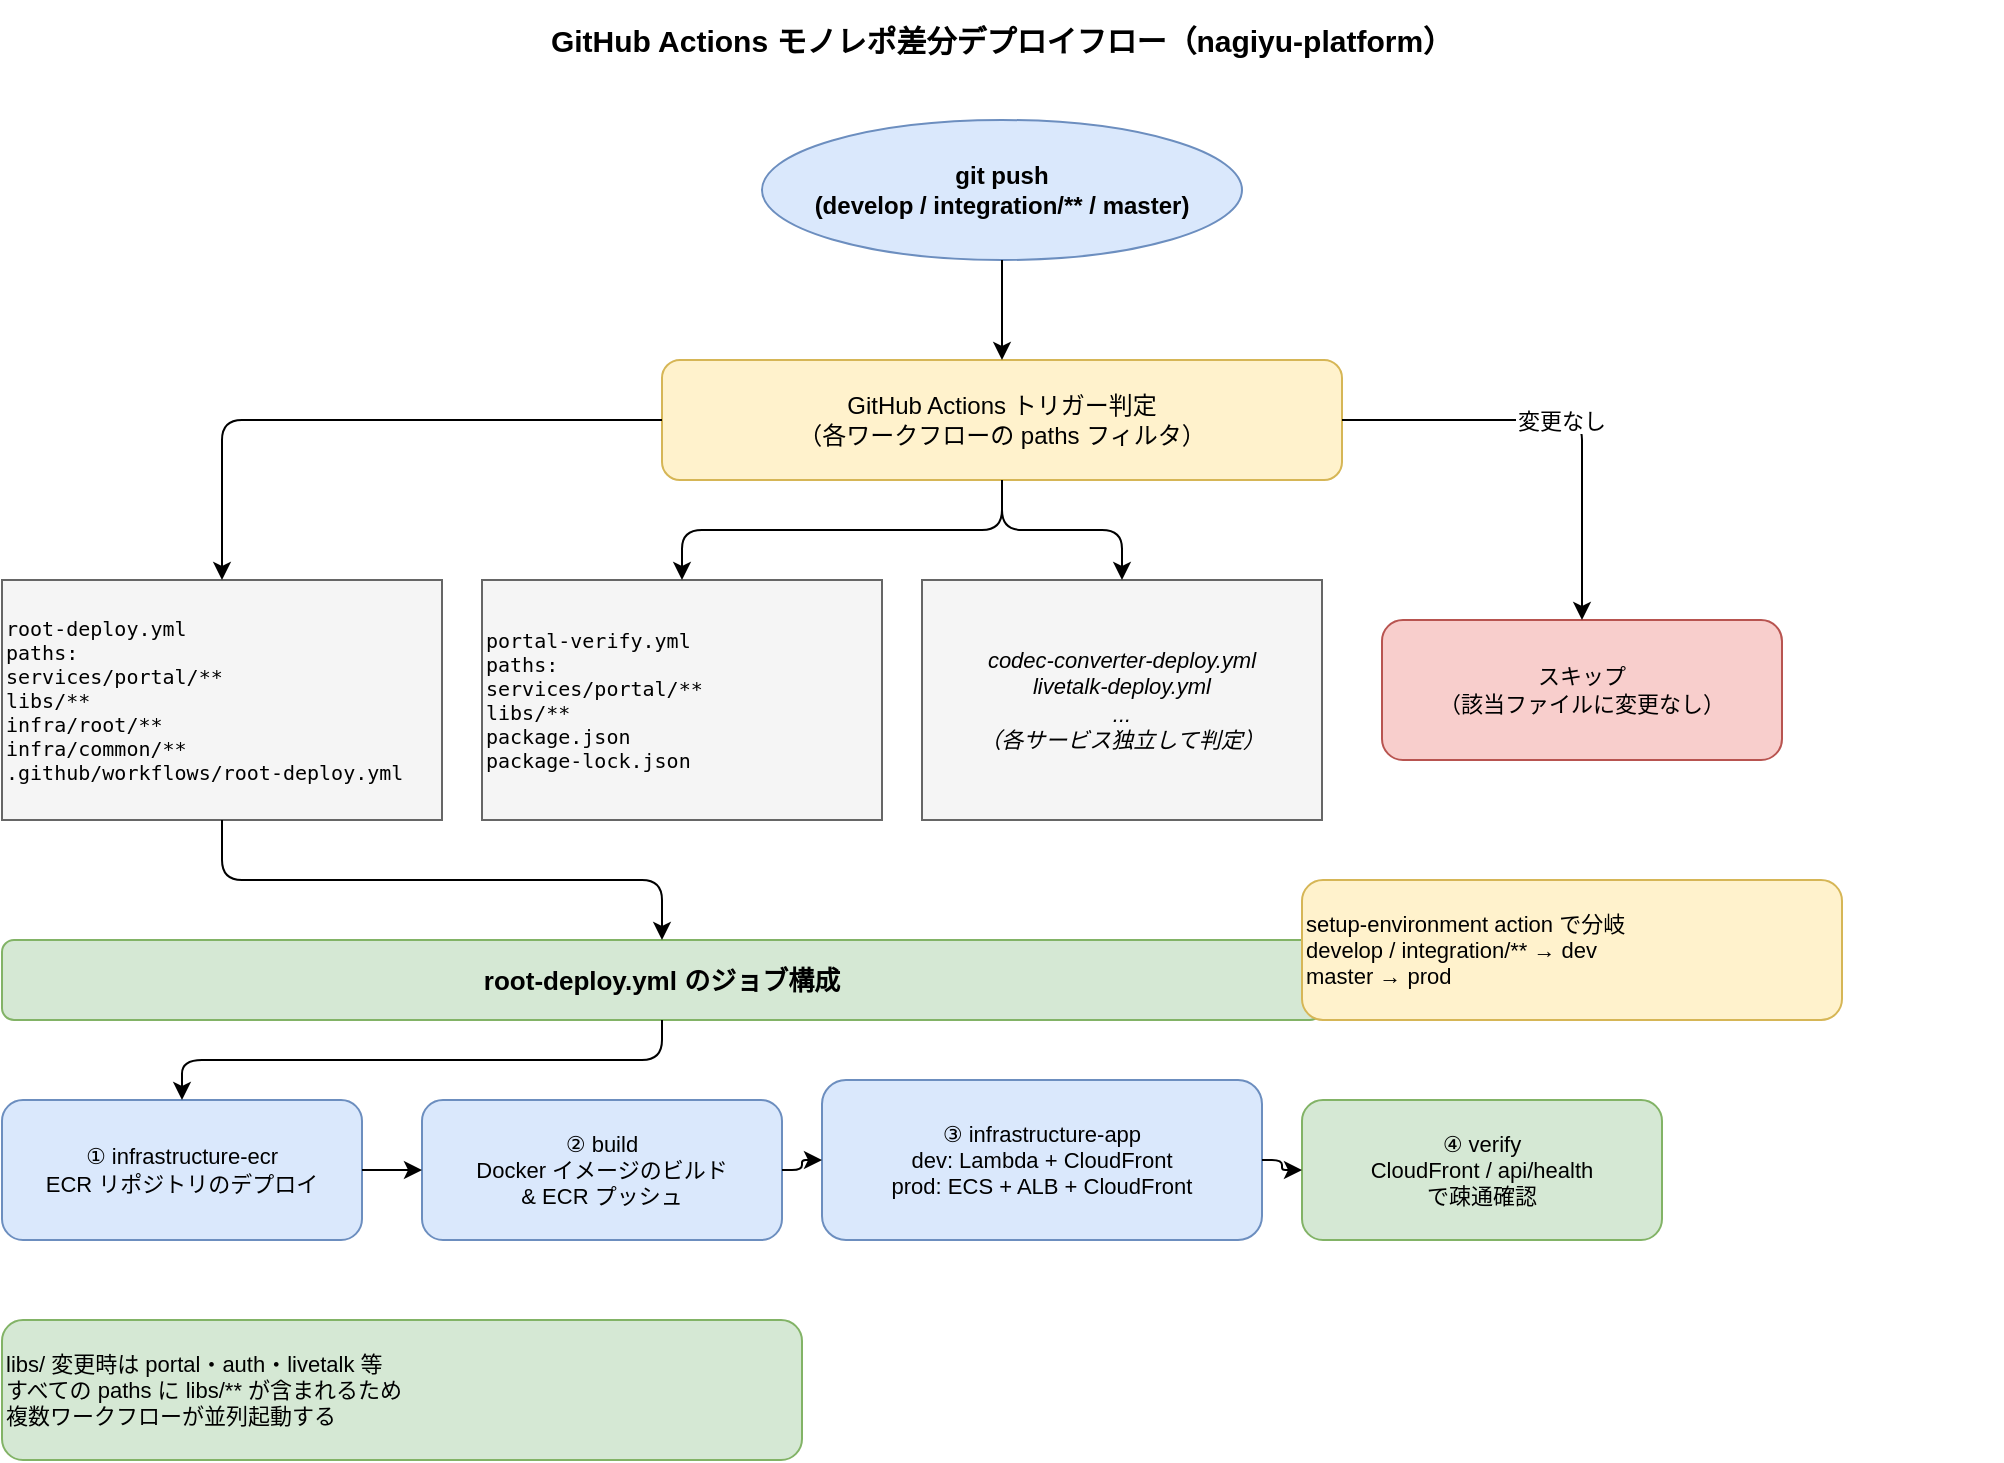
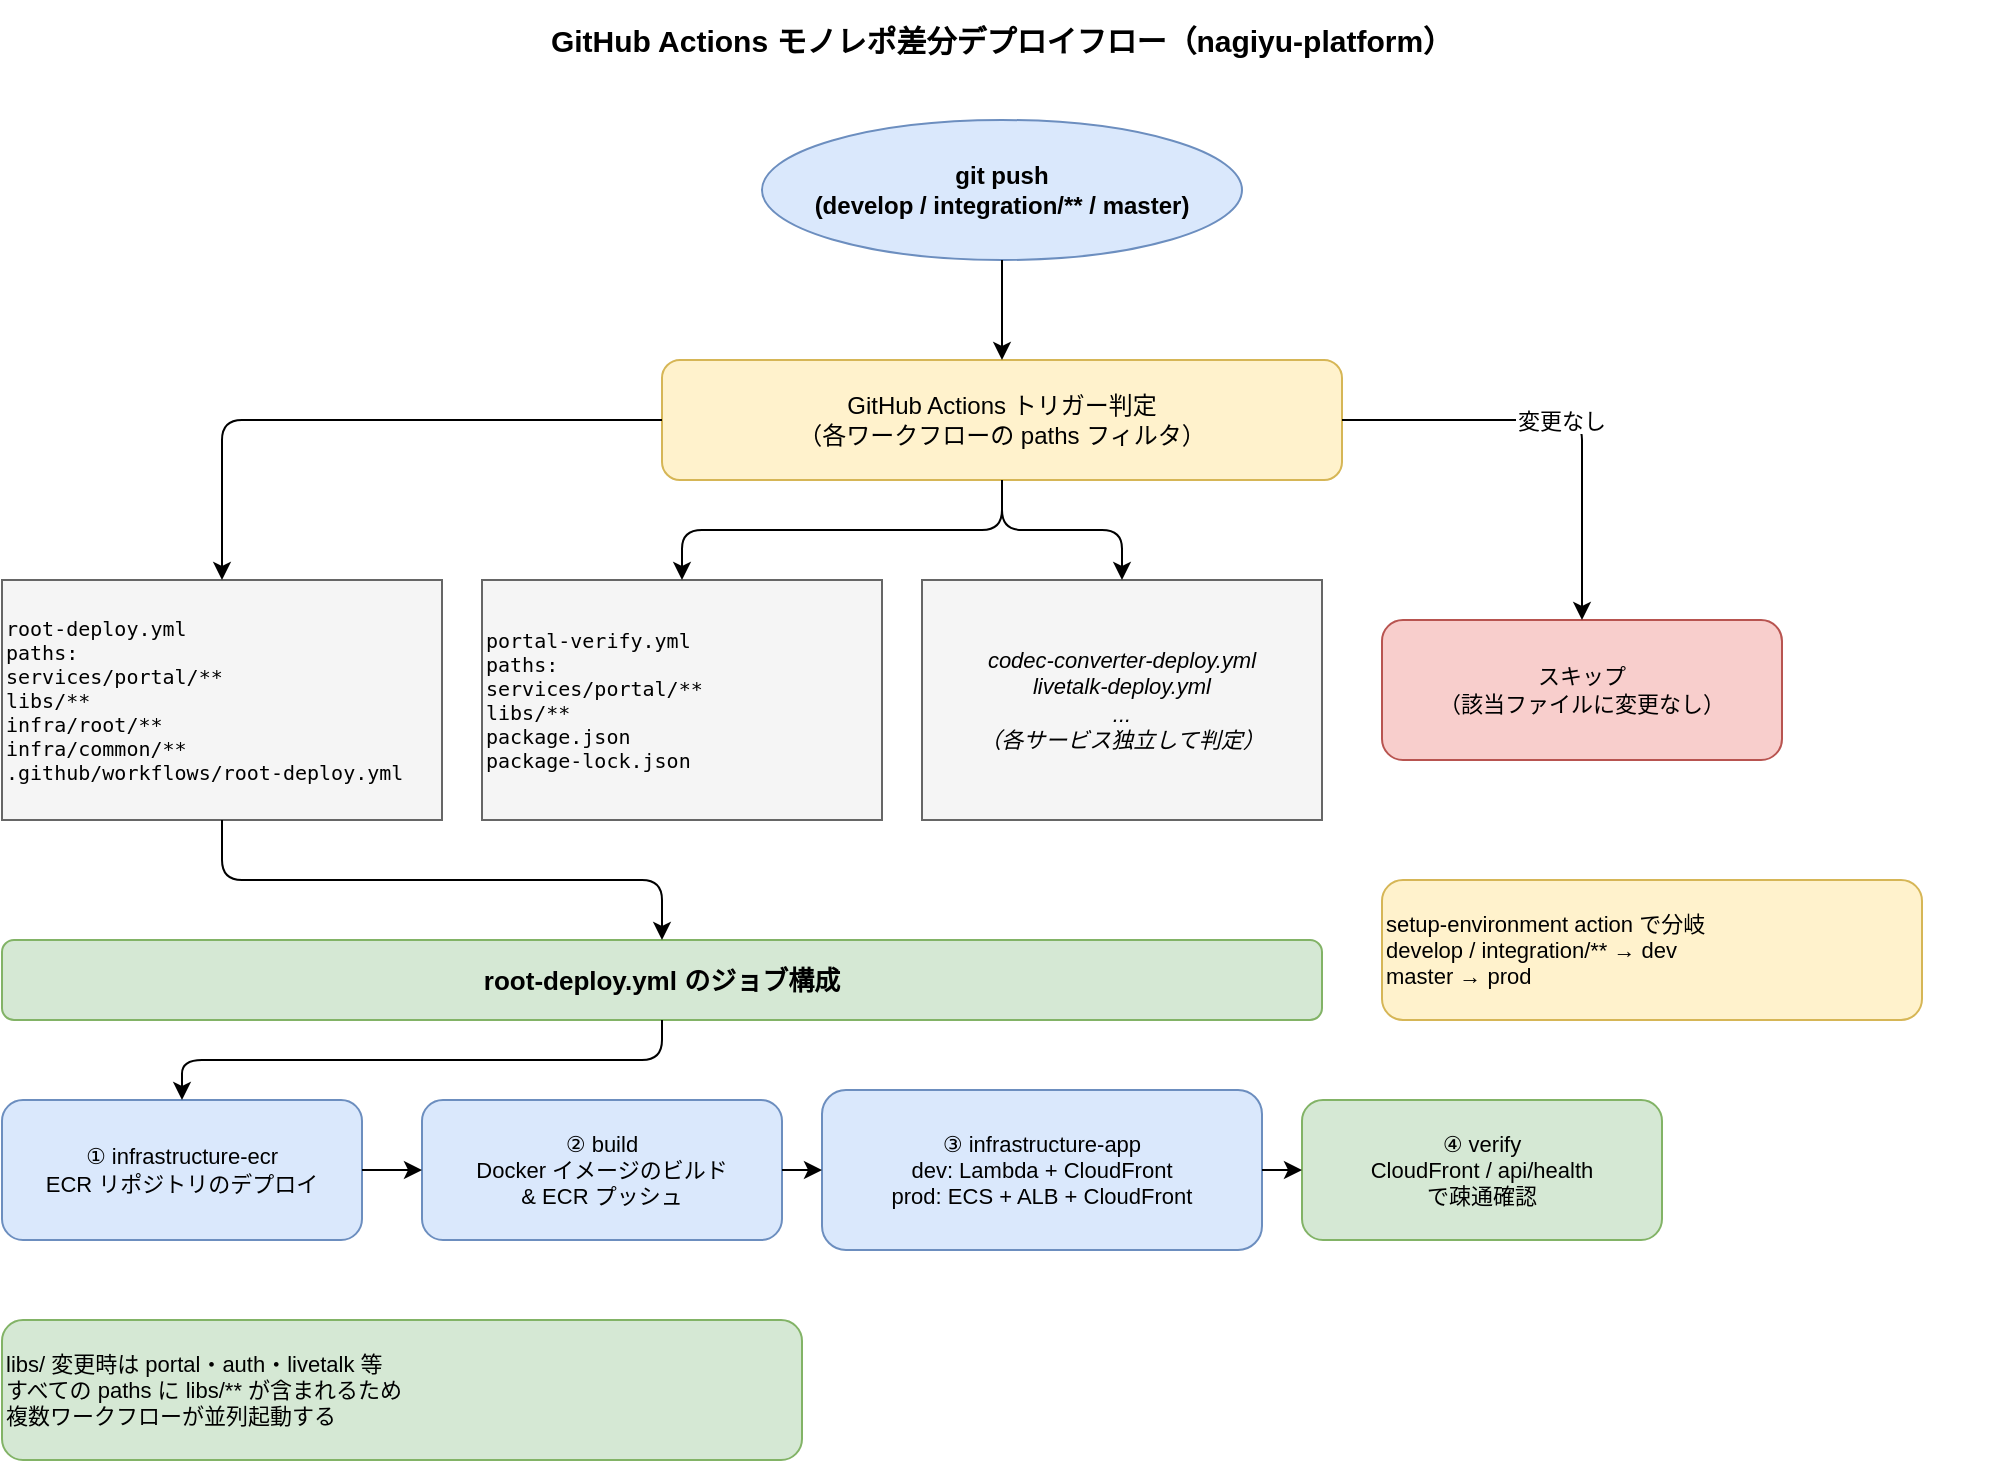
- <mxfile host="app.diagrams.net">
+ <mxfile host="65bd71144e">
    <diagram name="モノレポ差分デプロイフロー" id="monorepo-deploy-flow">
-         <mxGraphModel dx="1422" dy="762" grid="1" gridSize="10" guides="1" tooltips="1" connect="1" arrows="1" fold="1" page="1" pageScale="1" pageWidth="1100" pageHeight="900" background="#ffffff" math="0" shadow="0">
+         <mxGraphModel dx="1276" dy="916" grid="1" gridSize="10" guides="1" tooltips="1" connect="1" arrows="1" fold="1" page="1" pageScale="1" pageWidth="1100" pageHeight="900" background="#ffffff" math="0" shadow="0">
            <root>
                <mxCell id="0"/>
                <mxCell id="1" parent="0"/>
                <mxCell id="title" value="GitHub Actions モノレポ差分デプロイフロー（nagiyu-platform）" style="text;html=1;strokeColor=none;fillColor=none;align=center;verticalAlign=middle;whiteSpace=wrap;rounded=0;fontSize=15;fontStyle=1;" parent="1" vertex="1">
                    <mxGeometry x="50" y="20" width="1000" height="40" as="geometry"/>
                </mxCell>
                <mxCell id="push-node" value="git push&#xa;(develop / integration/** / master)" style="ellipse;whiteSpace=wrap;html=1;fillColor=#dae8fc;strokeColor=#6c8ebf;fontSize=12;fontStyle=1;" parent="1" vertex="1">
                    <mxGeometry x="430" y="80" width="240" height="70" as="geometry"/>
                </mxCell>
                <mxCell id="trigger" value="GitHub Actions トリガー判定&#xa;（各ワークフローの paths フィルタ）" style="rounded=1;whiteSpace=wrap;html=1;fillColor=#fff2cc;strokeColor=#d6b656;fontSize=12;" parent="1" vertex="1">
                    <mxGeometry x="380" y="200" width="340" height="60" as="geometry"/>
                </mxCell>
                <mxCell id="e1" style="edgeStyle=orthogonalEdgeStyle;" parent="1" source="push-node" target="trigger" edge="1">
                    <mxGeometry relative="1" as="geometry"/>
                </mxCell>
                <mxCell id="root-paths" value="root-deploy.yml&#xa;paths:&#xa;  services/portal/**&#xa;  libs/**&#xa;  infra/root/**&#xa;  infra/common/**&#xa;  .github/workflows/root-deploy.yml" style="rounded=0;whiteSpace=wrap;html=1;fillColor=#f5f5f5;strokeColor=#666666;fontFamily=monospace;fontSize=10;align=left;" parent="1" vertex="1">
                    <mxGeometry x="50" y="310" width="220" height="120" as="geometry"/>
                </mxCell>
                <mxCell id="portal-verify-paths" value="portal-verify.yml&#xa;paths:&#xa;  services/portal/**&#xa;  libs/**&#xa;  package.json&#xa;  package-lock.json" style="rounded=0;whiteSpace=wrap;html=1;fillColor=#f5f5f5;strokeColor=#666666;fontFamily=monospace;fontSize=10;align=left;" parent="1" vertex="1">
                    <mxGeometry x="290" y="310" width="200" height="120" as="geometry"/>
                </mxCell>
                <mxCell id="other-deploy" value="codec-converter-deploy.yml&#xa;livetalk-deploy.yml&#xa;...&#xa;（各サービス独立して判定）" style="rounded=0;whiteSpace=wrap;html=1;fillColor=#f5f5f5;strokeColor=#666666;fontSize=11;fontStyle=2;" parent="1" vertex="1">
                    <mxGeometry x="510" y="310" width="200" height="120" as="geometry"/>
                </mxCell>
                <mxCell id="skip" value="スキップ&#xa;（該当ファイルに変更なし）" style="rounded=1;whiteSpace=wrap;html=1;fillColor=#f8cecc;strokeColor=#b85450;fontSize=11;" parent="1" vertex="1">
                    <mxGeometry x="740" y="330" width="200" height="70" as="geometry"/>
                </mxCell>
                <mxCell id="e2" style="edgeStyle=orthogonalEdgeStyle;" parent="1" source="trigger" target="root-paths" edge="1">
                    <mxGeometry relative="1" as="geometry"/>
                </mxCell>
                <mxCell id="e3" style="edgeStyle=orthogonalEdgeStyle;" parent="1" source="trigger" target="portal-verify-paths" edge="1">
                    <mxGeometry relative="1" as="geometry"/>
                </mxCell>
                <mxCell id="e4" style="edgeStyle=orthogonalEdgeStyle;" parent="1" source="trigger" target="other-deploy" edge="1">
                    <mxGeometry relative="1" as="geometry"/>
                </mxCell>
                <mxCell id="e5" value="変更なし" style="edgeStyle=orthogonalEdgeStyle;" parent="1" source="trigger" target="skip" edge="1">
                    <mxGeometry relative="1" as="geometry"/>
                </mxCell>
                <mxCell id="root-jobs" value="root-deploy.yml のジョブ構成" style="rounded=1;whiteSpace=wrap;html=1;fillColor=#d5e8d4;strokeColor=#82b366;fontSize=13;fontStyle=1;" parent="1" vertex="1">
                    <mxGeometry x="50" y="490" width="660" height="40" as="geometry"/>
                </mxCell>
                <mxCell id="job1" value="① infrastructure-ecr&#xa;ECR リポジトリのデプロイ" style="rounded=1;whiteSpace=wrap;html=1;fillColor=#dae8fc;strokeColor=#6c8ebf;fontSize=11;" parent="1" vertex="1">
                    <mxGeometry x="50" y="570" width="180" height="70" as="geometry"/>
                </mxCell>
                <mxCell id="job2" value="② build&#xa;Docker イメージのビルド&#xa;&amp; ECR プッシュ" style="rounded=1;whiteSpace=wrap;html=1;fillColor=#dae8fc;strokeColor=#6c8ebf;fontSize=11;" parent="1" vertex="1">
                    <mxGeometry x="260" y="570" width="180" height="70" as="geometry"/>
                </mxCell>
                <mxCell id="job3" value="③ infrastructure-app&#xa;dev: Lambda + CloudFront&#xa;prod: ECS + ALB + CloudFront" style="rounded=1;whiteSpace=wrap;html=1;fillColor=#dae8fc;strokeColor=#6c8ebf;fontSize=11;" parent="1" vertex="1">
-                     <mxGeometry x="460" y="560" width="220" height="80" as="geometry"/>
+                     <mxGeometry x="460" y="565" width="220" height="80" as="geometry"/>
                </mxCell>
                <mxCell id="job4" value="④ verify&#xa;CloudFront / api/health&#xa;で疎通確認" style="rounded=1;whiteSpace=wrap;html=1;fillColor=#d5e8d4;strokeColor=#82b366;fontSize=11;" parent="1" vertex="1">
                    <mxGeometry x="700" y="570" width="180" height="70" as="geometry"/>
                </mxCell>
                <mxCell id="e6" style="edgeStyle=orthogonalEdgeStyle;" parent="1" source="root-paths" target="root-jobs" edge="1">
                    <mxGeometry relative="1" as="geometry"/>
                </mxCell>
                <mxCell id="e7" style="edgeStyle=orthogonalEdgeStyle;" parent="1" source="root-jobs" target="job1" edge="1">
                    <mxGeometry relative="1" as="geometry"/>
                </mxCell>
                <mxCell id="e8" style="edgeStyle=orthogonalEdgeStyle;" parent="1" source="job1" target="job2" edge="1">
                    <mxGeometry relative="1" as="geometry"/>
                </mxCell>
                <mxCell id="e9" style="edgeStyle=orthogonalEdgeStyle;" parent="1" source="job2" target="job3" edge="1">
                    <mxGeometry relative="1" as="geometry"/>
                </mxCell>
                <mxCell id="e10" style="edgeStyle=orthogonalEdgeStyle;" parent="1" source="job3" target="job4" edge="1">
                    <mxGeometry relative="1" as="geometry"/>
                </mxCell>
                <mxCell id="env-note" value="setup-environment action で分岐&#xa;develop / integration/** → dev&#xa;master → prod" style="text;html=1;strokeColor=#d6b656;fillColor=#fff2cc;align=left;verticalAlign=middle;rounded=1;fontSize=11;" parent="1" vertex="1">
-                     <mxGeometry x="700" y="460" width="270" height="70" as="geometry"/>
+                     <mxGeometry x="740" y="460" width="270" height="70" as="geometry"/>
                </mxCell>
                <mxCell id="libs-note" value="libs/ 変更時は portal・auth・livetalk 等&#xa;すべての paths に libs/** が含まれるため&#xa;複数ワークフローが並列起動する" style="text;html=1;strokeColor=#82b366;fillColor=#d5e8d4;align=left;verticalAlign=middle;rounded=1;fontSize=11;" parent="1" vertex="1">
                    <mxGeometry x="50" y="680" width="400" height="70" as="geometry"/>
                </mxCell>
            </root>
        </mxGraphModel>
    </diagram>
- </mxfile>
+ </mxfile>